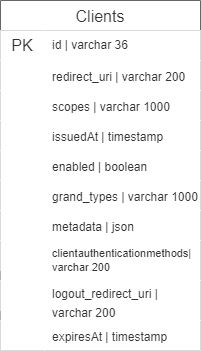
The draw.io diagram id/resources/db_scheme.png in KYamshanov/Mission-backend, before a commit. Source tidied: cells renumbered, new cells last; positions are measured from the earlier drawing's top-left corner, leaving out a move shared by most shapes.
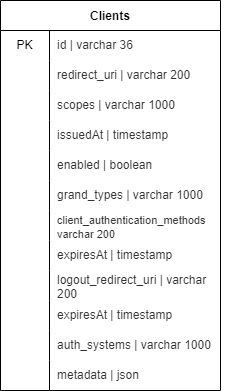
After the commit.

Commit message:
[Up-To-Date] update client`s table scheme

What changed in the source:
```diff
@@ -2,98 +2,119 @@
   <root>
     <mxCell id="0" />
     <mxCell id="1" parent="0" />
+    <mxCell id="33" style="shape=partialRectangle;html=1;whiteSpace=wrap;top=0;left=0;bottom=0;right=0;overflow=hidden;fontSize=16;fillColor=#FFFFFF;fontColor=#333333;strokeColor=#666666;" parent="1" vertex="1">
+      <mxGeometry x="190" y="280" width="40" height="30" as="geometry" />
+    </mxCell>
-    <mxCell id="2" value="Clients" style="shape=table;startSize=30;rowLines=0;fontStyle=0;fontSize=16;fillColor=#FFFFFF;fontColor=#333333;strokeColor=#666666;" parent="1" vertex="1">
-      <mxGeometry width="200" height="350" as="geometry" />
+    <mxCell id="2" value="Clients" style="shape=table;startSize=30;rowLines=0;fontStyle=1;" parent="1" vertex="1">
+      <mxGeometry width="220" height="390" as="geometry" />
     </mxCell>
-    <mxCell id="3" style="shape=tableRow;horizontal=0;startSize=0;swimlaneHead=0;swimlaneBody=0;top=0;left=0;bottom=0;right=0;fontSize=16;fillColor=#FFFFFF;fontColor=#333333;strokeColor=#666666;" parent="2" vertex="1">
-      <mxGeometry y="30" width="200" height="30" as="geometry" />
-    </mxCell>
+    <mxCell id="34" style="shape=tableRow;horizontal=0;startSize=0;swimlaneHead=0;swimlaneBody=0;top=0;left=0;bottom=0;right=0;strokeWidth=1;perimeterSpacing=1;shadow=0;swimlaneLine=1;sketch=0;strokeColor=default;fillColor=none;" parent="2" vertex="1">
+      <mxGeometry y="30" width="220" height="30" as="geometry" />
+    </mxCell>
-    <mxCell id="4" value="PK" style="shape=partialRectangle;html=1;whiteSpace=wrap;top=0;left=0;bottom=0;right=0;overflow=hidden;fontSize=16;fillColor=#FFFFFF;fontColor=#333333;strokeColor=#666666;" parent="3" vertex="1">
-      <mxGeometry width="44" height="30" as="geometry" />
+    <mxCell id="4" value="PK" style="shape=partialRectangle;html=1;whiteSpace=wrap;fillColor=none;top=0;left=0;bottom=0;right=0;overflow=hidden;shadow=0;sketch=0;perimeterSpacing=1;" parent="34" vertex="1">
+      <mxGeometry width="49" height="30" as="geometry" />
     </mxCell>
-    <mxCell id="5" value="id | varchar 36" style="shape=partialRectangle;html=1;whiteSpace=wrap;top=0;left=0;bottom=0;right=0;align=left;spacingLeft=6;overflow=hidden;fontSize=12;fillColor=#FFFFFF;fontColor=#333333;strokeColor=#666666;" parent="3" vertex="1">
-      <mxGeometry x="44" width="156" height="30" as="geometry" />
+    <mxCell id="5" value="&lt;span style=&quot;color: rgb(51, 51, 51);&quot;&gt;id | varchar 36&lt;/span&gt;" style="shape=partialRectangle;html=1;whiteSpace=wrap;fillColor=none;top=0;left=0;bottom=0;right=0;align=left;spacingLeft=6;overflow=hidden;" parent="34" vertex="1">
+      <mxGeometry x="49" width="171" height="30" as="geometry" />
     </mxCell>
-    <mxCell id="6" style="shape=tableRow;horizontal=0;startSize=0;swimlaneHead=0;swimlaneBody=0;top=0;left=0;bottom=0;right=0;fontSize=16;fillColor=#FFFFFF;fontColor=#333333;strokeColor=#666666;" parent="2" vertex="1">
-      <mxGeometry y="60" width="200" height="30" as="geometry" />
-    </mxCell>
-    <mxCell id="7" style="shape=partialRectangle;html=1;whiteSpace=wrap;top=0;left=0;bottom=0;right=0;overflow=hidden;fontSize=16;fillColor=#FFFFFF;fontColor=#333333;strokeColor=#666666;" parent="6" vertex="1">
-      <mxGeometry width="44" height="30" as="geometry" />
-    </mxCell>
+    <mxCell id="35" style="shape=tableRow;horizontal=0;startSize=0;swimlaneHead=0;swimlaneBody=0;top=0;left=0;bottom=0;right=0;fillColor=none;" parent="2" vertex="1">
+      <mxGeometry y="60" width="220" height="30" as="geometry" />
+    </mxCell>
+    <mxCell id="36" style="shape=partialRectangle;html=1;whiteSpace=wrap;fillColor=none;top=0;left=0;bottom=0;right=0;overflow=hidden;" parent="35" vertex="1">
+      <mxGeometry width="49" height="30" as="geometry" />
+    </mxCell>
-    <mxCell id="8" value="&lt;font style=&quot;font-size: 12px;&quot;&gt;redirect_uri | varchar 200&lt;/font&gt;" style="shape=partialRectangle;html=1;whiteSpace=wrap;top=0;left=0;bottom=0;right=0;align=left;spacingLeft=6;overflow=hidden;fontSize=16;fillColor=#FFFFFF;fontColor=#333333;strokeColor=#666666;" parent="6" vertex="1">
-      <mxGeometry x="44" width="156" height="30" as="geometry" />
+    <mxCell id="8" value="&lt;span style=&quot;color: rgb(51, 51, 51);&quot;&gt;redirect_uri | varchar 200&lt;/span&gt;" style="shape=partialRectangle;html=1;whiteSpace=wrap;fillColor=none;top=0;left=0;bottom=0;right=0;align=left;spacingLeft=6;overflow=hidden;" parent="35" vertex="1">
+      <mxGeometry x="49" width="171" height="30" as="geometry" />
     </mxCell>
-    <mxCell id="9" style="shape=tableRow;horizontal=0;startSize=0;swimlaneHead=0;swimlaneBody=0;top=0;left=0;bottom=0;right=0;fontSize=16;fillColor=#FFFFFF;fontColor=#333333;strokeColor=#666666;" parent="1" vertex="1">
-      <mxGeometry y="90" width="200" height="30" as="geometry" />
-    </mxCell>
-    <mxCell id="10" style="shape=partialRectangle;html=1;whiteSpace=wrap;top=0;left=0;bottom=0;right=0;overflow=hidden;fontSize=16;fillColor=#FFFFFF;fontColor=#333333;strokeColor=#666666;" parent="9" vertex="1">
-      <mxGeometry width="44" height="30" as="geometry" />
-    </mxCell>
+    <mxCell id="37" style="shape=tableRow;horizontal=0;startSize=0;swimlaneHead=0;swimlaneBody=0;top=0;left=0;bottom=0;right=0;fillColor=none;" parent="2" vertex="1">
+      <mxGeometry y="90" width="220" height="30" as="geometry" />
+    </mxCell>
+    <mxCell id="38" style="shape=partialRectangle;html=1;whiteSpace=wrap;fillColor=none;top=0;left=0;bottom=0;right=0;overflow=hidden;" parent="37" vertex="1">
+      <mxGeometry width="49" height="30" as="geometry" />
+    </mxCell>
-    <mxCell id="11" value="&lt;font style=&quot;font-size: 12px;&quot;&gt;scopes | varchar 1000&lt;/font&gt;" style="shape=partialRectangle;html=1;whiteSpace=wrap;top=0;left=0;bottom=0;right=0;align=left;spacingLeft=6;overflow=hidden;fontSize=16;fillColor=#FFFFFF;fontColor=#333333;strokeColor=#666666;" parent="9" vertex="1">
-      <mxGeometry x="44" width="156" height="30" as="geometry" />
+    <mxCell id="11" value="&lt;span style=&quot;color: rgb(51, 51, 51);&quot;&gt;scopes | varchar 1000&lt;/span&gt;" style="shape=partialRectangle;html=1;whiteSpace=wrap;fillColor=none;top=0;left=0;bottom=0;right=0;align=left;spacingLeft=6;overflow=hidden;" parent="37" vertex="1">
+      <mxGeometry x="49" width="171" height="30" as="geometry" />
     </mxCell>
-    <mxCell id="12" style="shape=tableRow;horizontal=0;startSize=0;swimlaneHead=0;swimlaneBody=0;top=0;left=0;bottom=0;right=0;fontSize=16;fillColor=#FFFFFF;fontColor=#333333;strokeColor=#666666;" parent="1" vertex="1">
-      <mxGeometry y="120" width="200" height="30" as="geometry" />
-    </mxCell>
-    <mxCell id="13" style="shape=partialRectangle;html=1;whiteSpace=wrap;top=0;left=0;bottom=0;right=0;overflow=hidden;fontSize=16;fillColor=#FFFFFF;fontColor=#333333;strokeColor=#666666;" parent="12" vertex="1">
-      <mxGeometry width="44" height="30" as="geometry" />
-    </mxCell>
+    <mxCell id="39" style="shape=tableRow;horizontal=0;startSize=0;swimlaneHead=0;swimlaneBody=0;top=0;left=0;bottom=0;right=0;fillColor=none;" parent="2" vertex="1">
+      <mxGeometry y="120" width="220" height="30" as="geometry" />
+    </mxCell>
+    <mxCell id="40" style="shape=partialRectangle;html=1;whiteSpace=wrap;fillColor=none;top=0;left=0;bottom=0;right=0;overflow=hidden;" parent="39" vertex="1">
+      <mxGeometry width="49" height="30" as="geometry" />
+    </mxCell>
-    <mxCell id="14" value="&lt;font style=&quot;font-size: 12px;&quot;&gt;issuedAt | timestamp&lt;/font&gt;" style="shape=partialRectangle;html=1;whiteSpace=wrap;top=0;left=0;bottom=0;right=0;align=left;spacingLeft=6;overflow=hidden;fontSize=16;fillColor=#FFFFFF;fontColor=#333333;strokeColor=#666666;" parent="12" vertex="1">
-      <mxGeometry x="44" width="156" height="30" as="geometry" />
+    <mxCell id="14" value="&lt;span style=&quot;color: rgb(51, 51, 51);&quot;&gt;issuedAt | timestamp&lt;/span&gt;" style="shape=partialRectangle;html=1;whiteSpace=wrap;fillColor=none;top=0;left=0;bottom=0;right=0;align=left;spacingLeft=6;overflow=hidden;" parent="39" vertex="1">
+      <mxGeometry x="49" width="171" height="30" as="geometry" />
     </mxCell>
-    <mxCell id="15" style="shape=tableRow;horizontal=0;startSize=0;swimlaneHead=0;swimlaneBody=0;top=0;left=0;bottom=0;right=0;fontSize=16;fillColor=#FFFFFF;fontColor=#333333;strokeColor=#666666;" parent="1" vertex="1">
-      <mxGeometry y="150" width="200" height="30" as="geometry" />
-    </mxCell>
-    <mxCell id="16" style="shape=partialRectangle;html=1;whiteSpace=wrap;top=0;left=0;bottom=0;right=0;overflow=hidden;fontSize=16;fillColor=#FFFFFF;fontColor=#333333;strokeColor=#666666;" parent="15" vertex="1">
-      <mxGeometry width="44" height="30" as="geometry" />
-    </mxCell>
+    <mxCell id="41" style="shape=tableRow;horizontal=0;startSize=0;swimlaneHead=0;swimlaneBody=0;top=0;left=0;bottom=0;right=0;fillColor=none;" parent="2" vertex="1">
+      <mxGeometry y="150" width="220" height="30" as="geometry" />
+    </mxCell>
+    <mxCell id="42" style="shape=partialRectangle;html=1;whiteSpace=wrap;fillColor=none;top=0;left=0;bottom=0;right=0;overflow=hidden;" parent="41" vertex="1">
+      <mxGeometry width="49" height="30" as="geometry" />
+    </mxCell>
-    <mxCell id="17" value="&lt;font style=&quot;font-size: 12px;&quot;&gt;enabled | boolean&lt;br&gt;&lt;/font&gt;" style="shape=partialRectangle;html=1;whiteSpace=wrap;top=0;left=0;bottom=0;right=0;align=left;spacingLeft=6;overflow=hidden;fontSize=16;fillColor=#FFFFFF;fontColor=#333333;strokeColor=#666666;" parent="15" vertex="1">
-      <mxGeometry x="44" width="156" height="30" as="geometry" />
+    <mxCell id="17" value="&lt;span style=&quot;color: rgb(51, 51, 51);&quot;&gt;enabled | boolean&lt;/span&gt;" style="shape=partialRectangle;html=1;whiteSpace=wrap;fillColor=none;top=0;left=0;bottom=0;right=0;align=left;spacingLeft=6;overflow=hidden;" parent="41" vertex="1">
+      <mxGeometry x="49" width="171" height="30" as="geometry" />
     </mxCell>
-    <mxCell id="18" style="shape=tableRow;horizontal=0;startSize=0;swimlaneHead=0;swimlaneBody=0;top=0;left=0;bottom=0;right=0;fontSize=16;fillColor=#FFFFFF;fontColor=#333333;strokeColor=#666666;" parent="1" vertex="1">
-      <mxGeometry y="180" width="200" height="30" as="geometry" />
-    </mxCell>
-    <mxCell id="19" style="shape=partialRectangle;html=1;whiteSpace=wrap;top=0;left=0;bottom=0;right=0;overflow=hidden;fontSize=16;fillColor=#FFFFFF;fontColor=#333333;strokeColor=#666666;" parent="18" vertex="1">
-      <mxGeometry width="44" height="30" as="geometry" />
-    </mxCell>
+    <mxCell id="43" style="shape=tableRow;horizontal=0;startSize=0;swimlaneHead=0;swimlaneBody=0;top=0;left=0;bottom=0;right=0;fillColor=none;" parent="2" vertex="1">
+      <mxGeometry y="180" width="220" height="30" as="geometry" />
+    </mxCell>
+    <mxCell id="44" style="shape=partialRectangle;html=1;whiteSpace=wrap;fillColor=none;top=0;left=0;bottom=0;right=0;overflow=hidden;" parent="43" vertex="1">
+      <mxGeometry width="49" height="30" as="geometry" />
+    </mxCell>
-    <mxCell id="20" value="&lt;font style=&quot;font-size: 12px;&quot;&gt;grand_types | varchar 1000&lt;/font&gt;" style="shape=partialRectangle;html=1;whiteSpace=wrap;top=0;left=0;bottom=0;right=0;align=left;spacingLeft=6;overflow=hidden;fontSize=16;fillColor=#FFFFFF;fontColor=#333333;strokeColor=#666666;" parent="18" vertex="1">
-      <mxGeometry x="44" width="156" height="30" as="geometry" />
+    <mxCell id="20" value="&lt;span style=&quot;color: rgb(51, 51, 51);&quot;&gt;grand_types | varchar 1000&lt;/span&gt;" style="shape=partialRectangle;html=1;whiteSpace=wrap;fillColor=none;top=0;left=0;bottom=0;right=0;align=left;spacingLeft=6;overflow=hidden;" parent="43" vertex="1">
+      <mxGeometry x="49" width="171" height="30" as="geometry" />
     </mxCell>
-    <mxCell id="21" style="shape=tableRow;horizontal=0;startSize=0;swimlaneHead=0;swimlaneBody=0;top=0;left=0;bottom=0;right=0;fontSize=16;fillColor=#FFFFFF;fontColor=#333333;strokeColor=#666666;" parent="1" vertex="1">
-      <mxGeometry y="210" width="200" height="30" as="geometry" />
-    </mxCell>
-    <mxCell id="22" style="shape=partialRectangle;html=1;whiteSpace=wrap;top=0;left=0;bottom=0;right=0;overflow=hidden;fontSize=16;fillColor=#FFFFFF;fontColor=#333333;strokeColor=#666666;" parent="21" vertex="1">
-      <mxGeometry width="44" height="30" as="geometry" />
-    </mxCell>
+    <mxCell id="45" style="shape=tableRow;horizontal=0;startSize=0;swimlaneHead=0;swimlaneBody=0;top=0;left=0;bottom=0;right=0;fillColor=none;" parent="2" vertex="1">
+      <mxGeometry y="210" width="220" height="30" as="geometry" />
+    </mxCell>
+    <mxCell id="46" style="shape=partialRectangle;html=1;whiteSpace=wrap;fillColor=none;top=0;left=0;bottom=0;right=0;overflow=hidden;" parent="45" vertex="1">
+      <mxGeometry width="49" height="30" as="geometry" />
+    </mxCell>
+    <mxCell id="47" value="&lt;span style=&quot;color: rgb(51, 51, 51); font-size: 11px;&quot;&gt;client_authentication_methods varchar 200&lt;/span&gt;" style="shape=partialRectangle;html=1;whiteSpace=wrap;fillColor=none;top=0;left=0;bottom=0;right=0;align=left;spacingLeft=6;overflow=hidden;" parent="45" vertex="1">
+      <mxGeometry x="49" width="171" height="30" as="geometry" />
+    </mxCell>
+    <mxCell id="48" style="shape=tableRow;horizontal=0;startSize=0;swimlaneHead=0;swimlaneBody=0;top=0;left=0;bottom=0;right=0;fillColor=none;perimeterSpacing=1;rounded=0;sketch=0;" parent="2" vertex="1">
+      <mxGeometry y="240" width="220" height="30" as="geometry" />
+    </mxCell>
+    <mxCell id="49" style="shape=partialRectangle;html=1;whiteSpace=wrap;fillColor=none;top=0;left=0;bottom=0;right=0;overflow=hidden;" parent="48" vertex="1">
+      <mxGeometry width="49" height="30" as="geometry" />
+    </mxCell>
+    <mxCell id="50" value="&lt;span style=&quot;color: rgb(51, 51, 51);&quot;&gt;expiresAt | timestamp&lt;/span&gt;" style="shape=partialRectangle;html=1;whiteSpace=wrap;fillColor=none;top=0;left=0;bottom=0;right=0;align=left;spacingLeft=6;overflow=hidden;" parent="48" vertex="1">
+      <mxGeometry x="49" width="171" height="30" as="geometry" />
+    </mxCell>
+    <mxCell id="51" style="shape=tableRow;horizontal=0;startSize=0;swimlaneHead=0;swimlaneBody=0;top=0;left=0;bottom=0;right=0;fillColor=none;" parent="2" vertex="1">
+      <mxGeometry y="270" width="220" height="30" as="geometry" />
+    </mxCell>
+    <mxCell id="52" style="shape=partialRectangle;html=1;whiteSpace=wrap;fillColor=none;top=0;left=0;bottom=0;right=0;overflow=hidden;" parent="51" vertex="1">
+      <mxGeometry width="49" height="30" as="geometry" />
+    </mxCell>
+    <mxCell id="29" value="&lt;span style=&quot;color: rgb(51, 51, 51);&quot;&gt;logout_redirect_uri | varchar 200&lt;/span&gt;" style="shape=partialRectangle;html=1;whiteSpace=wrap;fillColor=none;top=0;left=0;bottom=0;right=0;align=left;spacingLeft=6;overflow=hidden;" parent="51" vertex="1">
+      <mxGeometry x="49" width="171" height="30" as="geometry" />
+    </mxCell>
+    <mxCell id="53" style="shape=tableRow;horizontal=0;startSize=0;swimlaneHead=0;swimlaneBody=0;top=0;left=0;bottom=0;right=0;fillColor=none;" parent="2" vertex="1">
+      <mxGeometry y="300" width="220" height="30" as="geometry" />
+    </mxCell>
+    <mxCell id="54" style="shape=partialRectangle;html=1;whiteSpace=wrap;fillColor=none;top=0;left=0;bottom=0;right=0;overflow=hidden;" parent="53" vertex="1">
+      <mxGeometry width="49" height="30" as="geometry" />
+    </mxCell>
+    <mxCell id="55" value="&lt;span style=&quot;color: rgb(51, 51, 51);&quot;&gt;expiresAt | timestamp&lt;/span&gt;" style="shape=partialRectangle;html=1;whiteSpace=wrap;fillColor=none;top=0;left=0;bottom=0;right=0;align=left;spacingLeft=6;overflow=hidden;" parent="53" vertex="1">
+      <mxGeometry x="49" width="171" height="30" as="geometry" />
+    </mxCell>
+    <mxCell id="56" style="shape=tableRow;horizontal=0;startSize=0;swimlaneHead=0;swimlaneBody=0;top=0;left=0;bottom=0;right=0;fillColor=none;" parent="2" vertex="1">
+      <mxGeometry y="330" width="220" height="30" as="geometry" />
+    </mxCell>
+    <mxCell id="57" style="shape=partialRectangle;html=1;whiteSpace=wrap;fillColor=none;top=0;left=0;bottom=0;right=0;overflow=hidden;" parent="56" vertex="1">
+      <mxGeometry width="49" height="30" as="geometry" />
+    </mxCell>
+    <mxCell id="58" value="&lt;span style=&quot;color: rgb(51, 51, 51);&quot;&gt;auth_systems | varchar 1000&lt;/span&gt;" style="shape=partialRectangle;html=1;whiteSpace=wrap;fillColor=none;top=0;left=0;bottom=0;right=0;align=left;spacingLeft=6;overflow=hidden;" parent="56" vertex="1">
+      <mxGeometry x="49" width="171" height="30" as="geometry" />
+    </mxCell>
+    <mxCell id="59" style="shape=tableRow;horizontal=0;startSize=0;swimlaneHead=0;swimlaneBody=0;top=0;left=0;bottom=0;right=0;fillColor=none;" parent="2" vertex="1">
+      <mxGeometry y="360" width="220" height="30" as="geometry" />
+    </mxCell>
+    <mxCell id="60" style="shape=partialRectangle;html=1;whiteSpace=wrap;fillColor=none;top=0;left=0;bottom=0;right=0;overflow=hidden;" parent="59" vertex="1">
+      <mxGeometry width="49" height="30" as="geometry" />
+    </mxCell>
-    <mxCell id="23" value="&lt;font style=&quot;font-size: 12px;&quot;&gt;metadata | json&lt;/font&gt;" style="shape=partialRectangle;html=1;whiteSpace=wrap;top=0;left=0;bottom=0;right=0;align=left;spacingLeft=6;overflow=hidden;fontSize=16;fillColor=#FFFFFF;fontColor=#333333;strokeColor=#666666;" parent="21" vertex="1">
-      <mxGeometry x="44" width="156" height="30" as="geometry" />
+    <mxCell id="23" value="&lt;span style=&quot;color: rgb(51, 51, 51);&quot;&gt;metadata | json&lt;/span&gt;" style="shape=partialRectangle;html=1;whiteSpace=wrap;fillColor=none;top=0;left=0;bottom=0;right=0;align=left;spacingLeft=6;overflow=hidden;" parent="59" vertex="1">
+      <mxGeometry x="49" width="171" height="30" as="geometry" />
     </mxCell>
-    <mxCell id="24" style="shape=tableRow;horizontal=0;startSize=0;swimlaneHead=0;swimlaneBody=0;top=0;left=0;bottom=0;right=0;fontSize=16;fillColor=#FFFFFF;fontColor=#333333;strokeColor=#666666;" parent="1" vertex="1">
-      <mxGeometry y="240" width="200" height="40" as="geometry" />
-    </mxCell>
-    <mxCell id="25" style="shape=partialRectangle;html=1;whiteSpace=wrap;top=0;left=0;bottom=0;right=0;overflow=hidden;fontSize=16;fillColor=#FFFFFF;fontColor=#333333;strokeColor=#666666;" parent="24" vertex="1">
-      <mxGeometry width="44" height="30" as="geometry" />
-    </mxCell>
-    <mxCell id="26" value="&lt;font style=&quot;font-size: 11px;&quot;&gt;clientauthenticationmethods| varchar 200&lt;/font&gt;" style="shape=partialRectangle;html=1;whiteSpace=wrap;top=0;left=0;bottom=0;right=0;align=left;spacingLeft=6;overflow=hidden;fontSize=11;fillColor=#FFFFFF;fontColor=#333333;strokeColor=#666666;" parent="24" vertex="1">
-      <mxGeometry x="44" width="156" height="40" as="geometry" />
-    </mxCell>
-    <mxCell id="27" style="shape=tableRow;horizontal=0;startSize=0;swimlaneHead=0;swimlaneBody=0;top=0;left=0;bottom=0;right=0;fontSize=16;fillColor=#FFFFFF;fontColor=#333333;strokeColor=#666666;" parent="1" vertex="1">
-      <mxGeometry y="280" width="200" height="40" as="geometry" />
-    </mxCell>
-    <mxCell id="28" style="shape=partialRectangle;html=1;whiteSpace=wrap;top=0;left=0;bottom=0;right=0;overflow=hidden;fontSize=16;fillColor=#FFFFFF;fontColor=#333333;strokeColor=#666666;" parent="27" vertex="1">
-      <mxGeometry width="44" height="30" as="geometry" />
-    </mxCell>
-    <mxCell id="29" value="&lt;font style=&quot;font-size: 12px;&quot;&gt;logout_redirect_uri | varchar 200&lt;/font&gt;" style="shape=partialRectangle;html=1;whiteSpace=wrap;top=0;left=0;bottom=0;right=0;align=left;spacingLeft=6;overflow=hidden;fontSize=16;fillColor=#FFFFFF;fontColor=#333333;strokeColor=#666666;" parent="27" vertex="1">
-      <mxGeometry x="44" width="156" height="40" as="geometry" />
-    </mxCell>
-    <mxCell id="30" style="shape=tableRow;horizontal=0;startSize=0;swimlaneHead=0;swimlaneBody=0;top=0;left=0;bottom=0;right=0;fontSize=16;fillColor=#FFFFFF;fontColor=#333333;strokeColor=#666666;" parent="1" vertex="1">
-      <mxGeometry y="320" width="200" height="30" as="geometry" />
-    </mxCell>
-    <mxCell id="31" style="shape=partialRectangle;html=1;whiteSpace=wrap;top=0;left=0;bottom=0;right=0;overflow=hidden;fontSize=16;fillColor=#FFFFFF;fontColor=#333333;strokeColor=#666666;" parent="30" vertex="1">
-      <mxGeometry width="44" height="30" as="geometry" />
-    </mxCell>
-    <mxCell id="32" value="&lt;font style=&quot;font-size: 12px;&quot;&gt;expiresAt | timestamp&lt;/font&gt;" style="shape=partialRectangle;html=1;whiteSpace=wrap;top=0;left=0;bottom=0;right=0;align=left;spacingLeft=6;overflow=hidden;fontSize=16;fillColor=#FFFFFF;fontColor=#333333;strokeColor=#666666;" parent="30" vertex="1">
-      <mxGeometry x="44" width="156" height="30" as="geometry" />
-    </mxCell>
   </root>
 </mxGraphModel>
```
